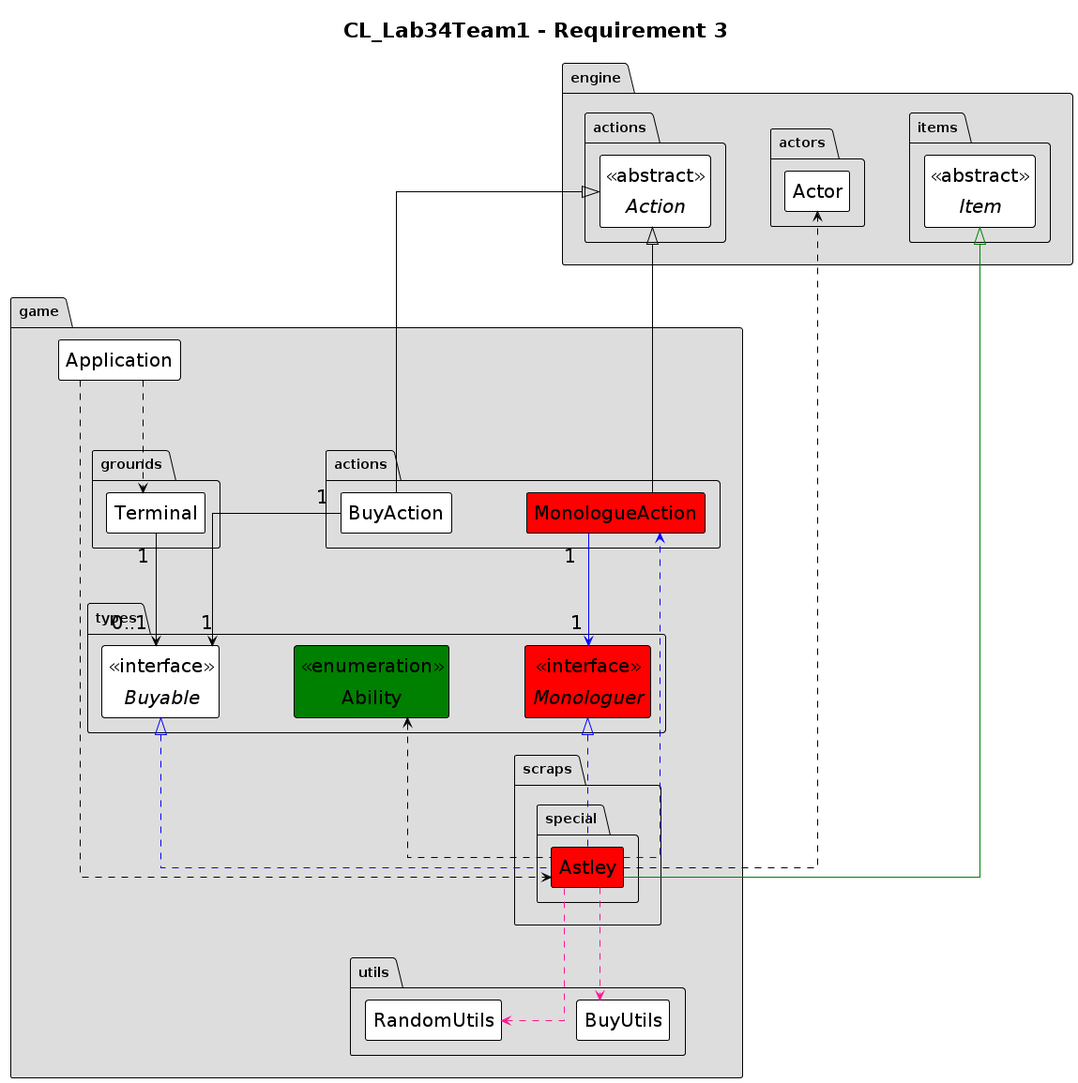
BryanChow0112/StaticFactory keeps this PlantUML diagram as docs/design/assignment3/req03_uml_class.png. Above is the earlier version. Source of this version:
```plantuml
@startuml
hide circle
hide empty fields
hide empty methods
!theme plain
top to bottom direction
skinparam ClassStereotypeFontStyle plain
skinparam PackageBackgroundColor #DDDDDD
skinparam linetype ortho
skinparam classfontSize 20
skinparam arrowfontSize 20
skinparam nodesep 80
skinparam ranksep 120
skinparam ClassStereotypeFontSize 20
skinparam padding 5
skinparam linetype ortho

title CL_Lab34Team1 - Requirement 3

package game {
  class Application
}

package engine.items {
  abstract class Item  <<abstract>>
}

package engine.actions {
  abstract class Action  <<abstract>>
}

package game.types {
  interface Monologuer <<interface>> #red
  enum Ability  <<enumeration>> #green
  interface Buyable <<interface>>
}

package game.utils {
  class RandomUtils
  class BuyUtils
}

package game.grounds {
  class Terminal
}

package game.scraps.special {
  class Astley #red
}

package game.actions {
  class MonologueAction #red
  class BuyAction
}

game.Application ..> game.grounds.Terminal
game.Application ..> game.scraps.special.Astley

game.grounds.Terminal "1" --> "0..1" game.types.Buyable

engine.items.Item <|-[#green]- game.scraps.special.Astley
game.types.Buyable <|.[#blue]. game.scraps.special.Astley
game.types.Monologuer <|.[#blue]. game.scraps.special.Astley
game.scraps.special.Astley .[#deeppink].> game.utils.RandomUtils
game.scraps.special.Astley .[#deeppink].> game.utils.BuyUtils
game.scraps.special.Astley .[#blue].> game.actions.MonologueAction
game.scraps.special.Astley ..> engine.actors.Actor
game.types.Ability <.. game.scraps.special.Astley

engine.actions.Action <|--- game.actions.MonologueAction
game.actions.MonologueAction "1" -[#blue]-> "1" game.types.Monologuer

engine.actions.Action <|--- game.actions.BuyAction
game.actions.BuyAction "1" --> "1" game.types.Buyable
@enduml
```
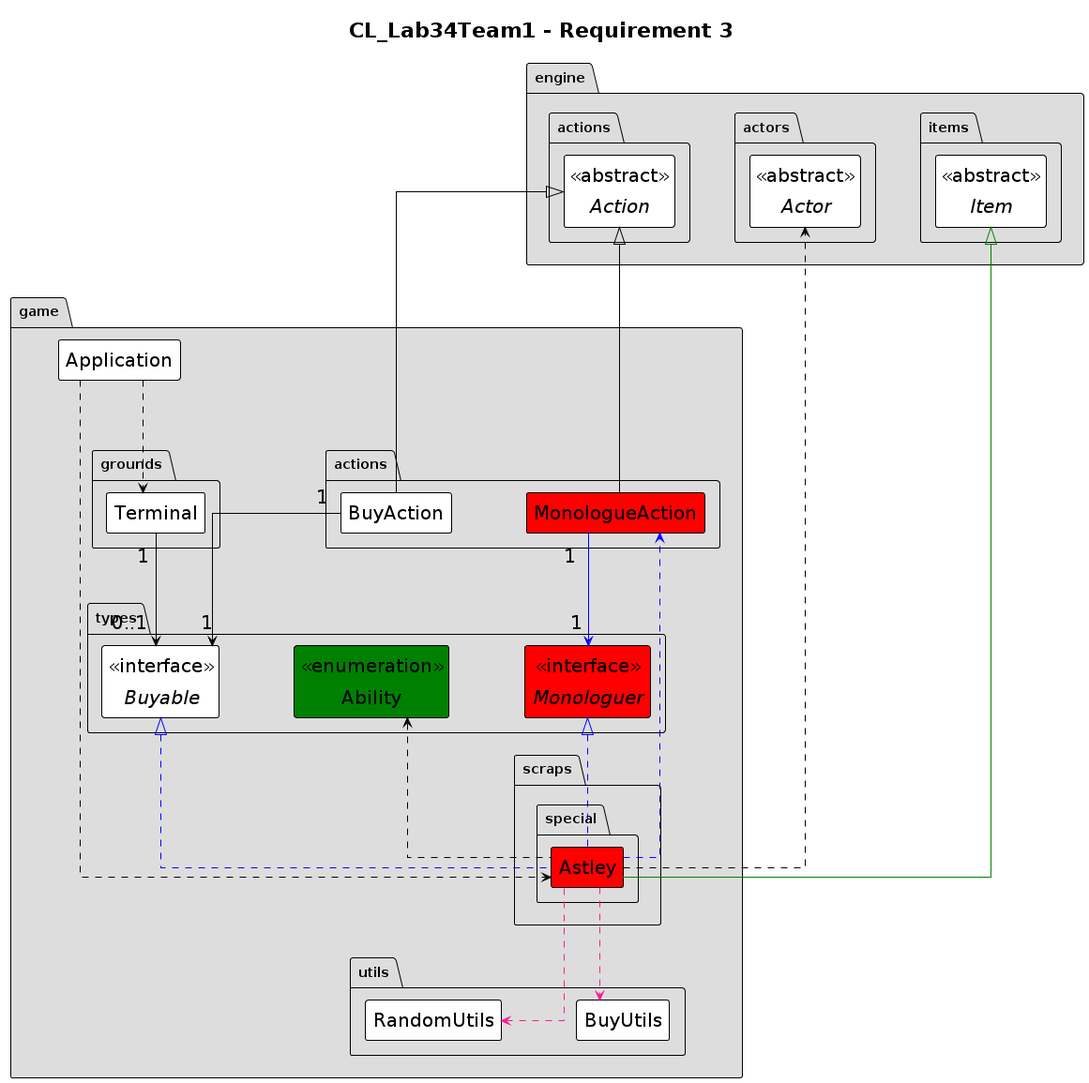
Later version of the same file.

Commit message:
Update UML class diagram for REQ3

- Updated the UML class diagram and PlantUML code for REQ3 with the latest changes to the assignment3 directory

Change to the diagram source:
```diff
@@ -27,6 +27,10 @@
 
 package engine.actions {
   abstract class Action  <<abstract>>
+}
+
+package engine.actors {
+  abstract class Actor <<abstract>>
 }
 
 package game.types {
```
